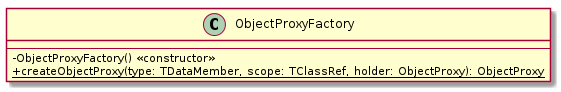
rootjs/design keeps this PlantUML diagram as presentation/resources/ObjectProxy.png. Above is the earlier version. The source it was exported from:
```plantuml
@startuml

skinparam classAttributeIconSize 0
skinparam shadowing falsec

class ObjectProxyFactory {
  --
  -ObjectProxyFactory() <<constructor>>
  {static} +createObjectProxy(type: TDataMember, scope: TClassRef, holder: ObjectProxy): ObjectProxy
}

@enduml
```
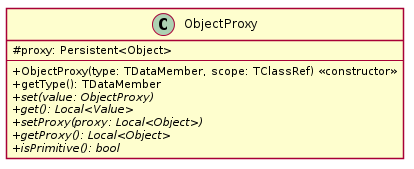
After the commit.

Commit message:
fix class description

What changed in the source:
```diff
@@ -1,12 +1,21 @@
 @startuml
 
 skinparam classAttributeIconSize 0
-skinparam shadowing falsec
+skinparam shadowing false
 
-class ObjectProxyFactory {
+class ObjectProxy {
+  #proxy: Persistent<Object>
   --
-  -ObjectProxyFactory() <<constructor>>
-  {static} +createObjectProxy(type: TDataMember, scope: TClassRef, holder: ObjectProxy): ObjectProxy
+  +ObjectProxy(type: TDataMember, scope: TClassRef) <<constructor>>
+  +getType(): TDataMember
+
+  {abstract} +set(value: ObjectProxy)
+  {abstract} +get(): Local<Value>
+
+  {abstract} +setProxy(proxy: Local<Object>)
+  {abstract} +getProxy(): Local<Object>
+
+  {abstract} +isPrimitive(): bool
 }
 
 @enduml
```
